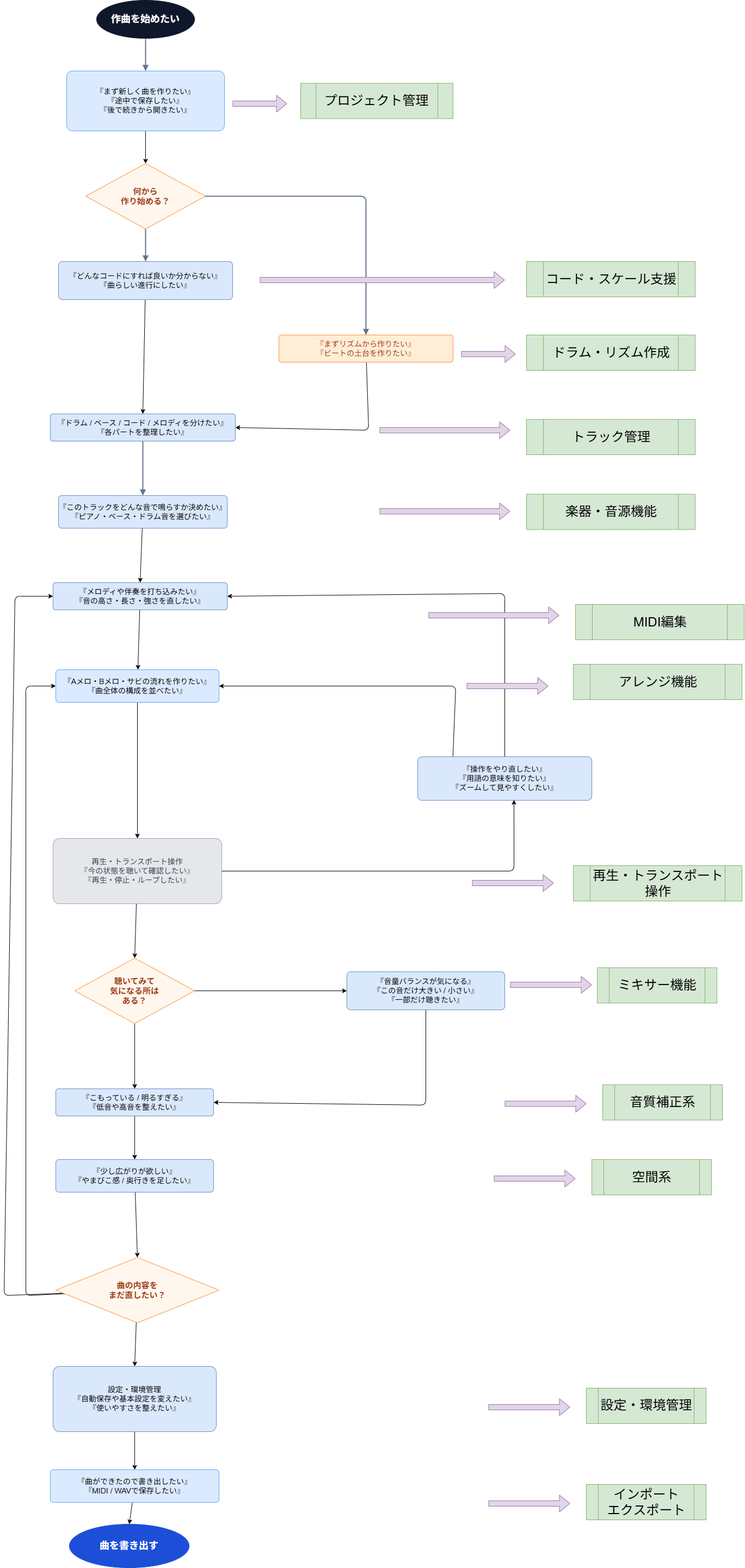
The draw.io diagram ①要件/機能設計書/images/serviceflow.drawio.png in FujiJPProject/MusicflowsDocument, before a commit. Source tidied: cells renumbered, new cells last; positions are measured from the earlier drawing's top-left corner, leaving out a move shared by most shapes.
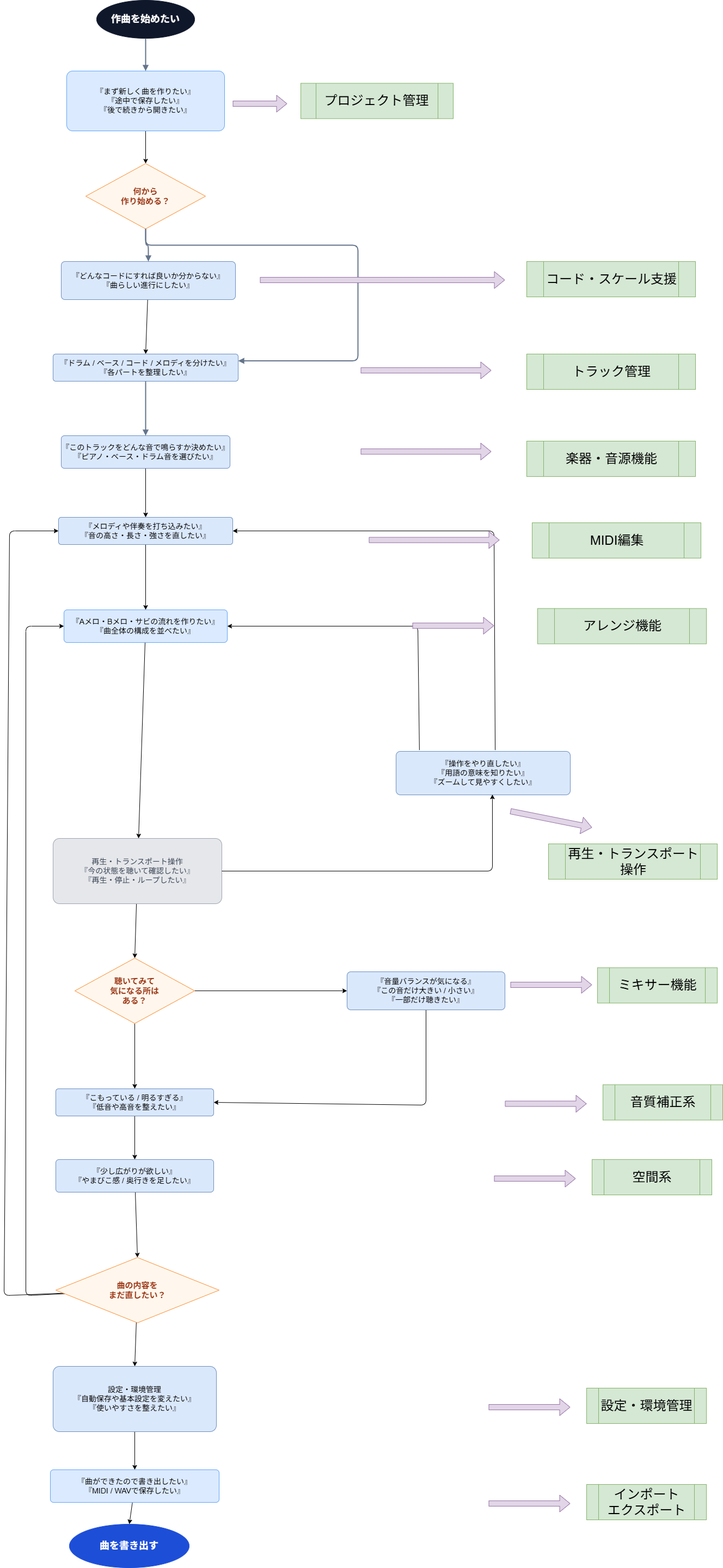
Later version of the same file.

Change to the diagram source:
```diff
@@ -18,44 +18,34 @@
       <mxGeometry relative="1" as="geometry" />
     </mxCell>
     <mxCell id="7" value="『どんなコードにすれば良いか分からない』&lt;br&gt;『曲らしい進行にしたい』" style="rounded=1;whiteSpace=wrap;html=1;fillColor=#dae8fc;strokeColor=#6c8ebf;arcSize=10;fontSize=14;align=center;verticalAlign=middle;" parent="1" vertex="1">
-      <mxGeometry x="100" y="480" width="320" height="70" as="geometry" />
+      <mxGeometry x="105" y="480" width="320" height="70" as="geometry" />
     </mxCell>
-    <mxCell id="8" style="edgeStyle=none;html=1;entryX=1;entryY=0.5;entryDx=0;entryDy=0;" parent="1" edge="1" source="9" target="10">
-      <mxGeometry relative="1" as="geometry">
-        <Array as="points">
-          <mxPoint x="670" y="790" />
-        </Array>
-      </mxGeometry>
-    </mxCell>
-    <mxCell id="9" value="『まずリズムから作りたい』&lt;br&gt;『ビートの土台を作りたい』" style="rounded=1;whiteSpace=wrap;html=1;fillColor=#ffedd5;strokeColor=#fb923c;arcSize=10;fontSize=14;align=center;verticalAlign=middle;fontColor=#9a3412;" parent="1" vertex="1">
-      <mxGeometry x="505" y="615" width="320" height="50" as="geometry" />
-    </mxCell>
     <mxCell id="10" value="『ドラム / ベース / コード / メロディを分けたい』&lt;br&gt;『各パートを整理したい』" style="rounded=1;whiteSpace=wrap;html=1;fillColor=#dae8fc;strokeColor=#6c8ebf;arcSize=10;fontSize=14;align=center;verticalAlign=middle;" parent="1" vertex="1">
-      <mxGeometry x="85" y="760" width="340" height="50" as="geometry" />
+      <mxGeometry x="90" y="650" width="340" height="50" as="geometry" />
     </mxCell>
     <mxCell id="11" style="edgeStyle=none;html=1;entryX=0.5;entryY=0;entryDx=0;entryDy=0;" parent="1" edge="1" source="12" target="14">
       <mxGeometry relative="1" as="geometry" />
     </mxCell>
     <mxCell id="12" value="『このトラックをどんな音で鳴らすか決めたい』&lt;br&gt;『ピアノ・ベース・ドラム音を選びたい』" style="rounded=1;whiteSpace=wrap;html=1;fillColor=#dae8fc;strokeColor=#6c8ebf;arcSize=10;fontSize=14;align=center;verticalAlign=middle;" parent="1" vertex="1">
-      <mxGeometry x="100" y="910" width="310" height="60" as="geometry" />
+      <mxGeometry x="105" y="800" width="310" height="60" as="geometry" />
     </mxCell>
     <mxCell id="13" style="edgeStyle=none;html=1;" parent="1" edge="1" source="14" target="16">
       <mxGeometry relative="1" as="geometry" />
     </mxCell>
     <mxCell id="14" value="『メロディや伴奏を打ち込みたい』&lt;br&gt;『音の高さ・長さ・強さを直したい』" style="rounded=1;whiteSpace=wrap;html=1;fillColor=#dae8fc;strokeColor=#6c8ebf;arcSize=10;fontSize=14;align=center;verticalAlign=middle;" parent="1" vertex="1">
-      <mxGeometry x="90" y="1070" width="320" height="50" as="geometry" />
+      <mxGeometry x="100" y="950" width="320" height="50" as="geometry" />
     </mxCell>
     <mxCell id="15" style="edgeStyle=none;html=1;" parent="1" edge="1" source="16" target="34">
       <mxGeometry relative="1" as="geometry" />
     </mxCell>
     <mxCell id="16" value="『Aメロ・Bメロ・サビの流れを作りたい』&lt;br&gt;『曲全体の構成を並べたい』" style="rounded=1;whiteSpace=wrap;html=1;fillColor=#dbeafe;strokeColor=#60a5fa;arcSize=10;fontSize=14;align=center;verticalAlign=middle;fontColor=#000000;" parent="1" vertex="1">
-      <mxGeometry x="95" y="1230" width="300" height="60" as="geometry" />
+      <mxGeometry x="110" y="1120" width="300" height="60" as="geometry" />
     </mxCell>
     <mxCell id="17" style="edgeStyle=none;html=1;entryX=0;entryY=0.5;entryDx=0;entryDy=0;" parent="1" edge="1" source="20" target="16">
       <mxGeometry relative="1" as="geometry">
         <Array as="points">
           <mxPoint x="40" y="2380" />
-          <mxPoint x="40" y="1260" />
+          <mxPoint x="40" y="1150" />
         </Array>
       </mxGeometry>
     </mxCell>
@@ -63,7 +53,7 @@
       <mxGeometry relative="1" as="geometry">
         <Array as="points">
           <mxPoint y="2380" />
-          <mxPoint x="20" y="1095" />
+          <mxPoint x="10" y="975" />
         </Array>
       </mxGeometry>
     </mxCell>
@@ -85,22 +75,22 @@
     <mxCell id="24" value="設定・環境管理&#10;『自動保存や基本設定を変えたい』&#10;『使いやすさを整えたい』" style="rounded=1;whiteSpace=wrap;html=1;fillColor=#dae8fc;strokeColor=#6c8ebf;arcSize=10;fontSize=14;align=center;verticalAlign=middle;" parent="1" vertex="1">
       <mxGeometry x="90" y="2510" width="300" height="120" as="geometry" />
     </mxCell>
-    <mxCell id="25" style="edgeStyle=none;html=1;entryX=1;entryY=0.5;entryDx=0;entryDy=0;" parent="1" edge="1" source="27" target="14">
+    <mxCell id="25" style="edgeStyle=none;html=1;entryX=1;entryY=0.5;entryDx=0;entryDy=0;exitX=0.569;exitY=-0.03;exitDx=0;exitDy=0;exitPerimeter=0;" parent="1" edge="1" source="27" target="14">
       <mxGeometry relative="1" as="geometry">
         <Array as="points">
-          <mxPoint x="920" y="1090" />
+          <mxPoint x="900" y="975" />
         </Array>
       </mxGeometry>
     </mxCell>
-    <mxCell id="26" style="edgeStyle=none;html=1;entryX=1;entryY=0.5;entryDx=0;entryDy=0;exitX=0.202;exitY=0.04;exitDx=0;exitDy=0;exitPerimeter=0;" parent="1" edge="1" source="27" target="16">
+    <mxCell id="26" style="edgeStyle=none;html=1;entryX=1;entryY=0.5;entryDx=0;entryDy=0;exitX=0.134;exitY=-0.03;exitDx=0;exitDy=0;exitPerimeter=0;" parent="1" edge="1" source="27" target="16">
       <mxGeometry relative="1" as="geometry">
         <Array as="points">
-          <mxPoint x="830" y="1260" />
+          <mxPoint x="760" y="1150" />
         </Array>
       </mxGeometry>
     </mxCell>
     <mxCell id="27" value="『操作をやり直したい』&lt;br&gt;『用語の意味を知りたい』&lt;br&gt;『ズームして見やすくしたい』" style="rounded=1;whiteSpace=wrap;html=1;fillColor=#dae8fc;strokeColor=#6c8ebf;arcSize=10;fontSize=14;align=center;verticalAlign=middle;" parent="1" vertex="1">
-      <mxGeometry x="760" y="1390" width="320" height="80" as="geometry" />
+      <mxGeometry x="720" y="1380" width="320" height="80" as="geometry" />
     </mxCell>
     <mxCell id="28" value="曲を書き出す" style="ellipse;whiteSpace=wrap;html=1;fillColor=#1d4ed8;strokeColor=#1d4ed8;fontColor=#ffffff;fontStyle=1;fontSize=18;align=center;verticalAlign=middle;" parent="1" vertex="1">
       <mxGeometry x="120" y="2800" width="220" height="80" as="geometry" />
@@ -111,8 +101,14 @@
     <mxCell id="30" style="edgeStyle=orthogonalEdgeStyle;rounded=1;jettySize=auto;html=1;strokeColor=#64748b;strokeWidth=2;endArrow=block;endFill=1;" parent="1" edge="1" source="5" target="7">
       <mxGeometry relative="1" as="geometry" />
     </mxCell>
-    <mxCell id="31" style="edgeStyle=orthogonalEdgeStyle;rounded=1;jettySize=auto;html=1;strokeColor=#64748b;strokeWidth=2;endArrow=block;endFill=1;" parent="1" edge="1" source="5" target="9">
-      <mxGeometry relative="1" as="geometry" />
+    <mxCell id="31" style="edgeStyle=orthogonalEdgeStyle;rounded=1;jettySize=auto;html=1;strokeColor=#64748b;strokeWidth=2;endArrow=block;endFill=1;entryX=1;entryY=0.25;entryDx=0;entryDy=0;" parent="1" edge="1" source="5" target="10">
+      <mxGeometry relative="1" as="geometry">
+        <Array as="points">
+          <mxPoint x="260" y="450" />
+          <mxPoint x="650" y="450" />
+          <mxPoint x="650" y="663" />
+        </Array>
+      </mxGeometry>
     </mxCell>
     <mxCell id="32" style="edgeStyle=orthogonalEdgeStyle;rounded=1;jettySize=auto;html=1;strokeColor=#64748b;strokeWidth=2;endArrow=block;endFill=1;" parent="1" edge="1" source="10" target="12">
       <mxGeometry relative="1" as="geometry" />
@@ -157,7 +153,7 @@
     <mxCell id="44" style="edgeStyle=none;html=1;entryX=0.553;entryY=0.99;entryDx=0;entryDy=0;entryPerimeter=0;" parent="1" edge="1" source="34" target="27">
       <mxGeometry relative="1" as="geometry">
         <Array as="points">
-          <mxPoint x="937" y="1600" />
+          <mxPoint x="897" y="1600" />
         </Array>
       </mxGeometry>
     </mxCell>
@@ -173,64 +169,55 @@
     <mxCell id="47" value="コード・スケール支援" style="shape=process;whiteSpace=wrap;html=1;backgroundOutline=1;fillColor=#d5e8d4;strokeColor=#82b366;fontSize=24;" parent="1" vertex="1">
       <mxGeometry x="960" y="480" width="310" height="65" as="geometry" />
     </mxCell>
-    <mxCell id="48" value="ドラム・リズム作成" style="shape=process;whiteSpace=wrap;html=1;backgroundOutline=1;fillColor=#d5e8d4;strokeColor=#82b366;fontSize=24;" parent="1" vertex="1">
-      <mxGeometry x="960" y="615" width="310" height="65" as="geometry" />
-    </mxCell>
     <mxCell id="49" style="shape=flexArrow;endArrow=classic;html=1;fillColor=#e1d5e7;strokeColor=#9673a6;" parent="1" edge="1">
       <mxGeometry relative="1" as="geometry">
         <mxPoint x="470" y="514" as="sourcePoint" />
         <mxPoint x="920" y="514" as="targetPoint" />
       </mxGeometry>
     </mxCell>
-    <mxCell id="50" style="shape=flexArrow;endArrow=classic;html=1;fillColor=#e1d5e7;strokeColor=#9673a6;" parent="1" edge="1">
-      <mxGeometry relative="1" as="geometry">
-        <mxPoint x="840" y="650" as="sourcePoint" />
-        <mxPoint x="940" y="650" as="targetPoint" />
-      </mxGeometry>
-    </mxCell>
     <mxCell id="51" value="トラック管理" style="shape=process;whiteSpace=wrap;html=1;backgroundOutline=1;fillColor=#d5e8d4;strokeColor=#82b366;fontSize=24;" parent="1" vertex="1">
-      <mxGeometry x="960" y="770" width="310" height="65" as="geometry" />
+      <mxGeometry x="960" y="650" width="310" height="65" as="geometry" />
     </mxCell>
     <mxCell id="52" style="shape=flexArrow;endArrow=classic;html=1;fillColor=#e1d5e7;strokeColor=#9673a6;" parent="1" edge="1">
       <mxGeometry relative="1" as="geometry">
-        <mxPoint x="690" y="790" as="sourcePoint" />
-        <mxPoint x="930" y="790" as="targetPoint" />
+        <mxPoint x="655" y="680" as="sourcePoint" />
+        <mxPoint x="895" y="680" as="targetPoint" />
       </mxGeometry>
     </mxCell>
     <mxCell id="53" value="楽器・音源機能" style="shape=process;whiteSpace=wrap;html=1;backgroundOutline=1;fillColor=#d5e8d4;strokeColor=#82b366;fontSize=24;" parent="1" vertex="1">
-      <mxGeometry x="960" y="907.5" width="310" height="65" as="geometry" />
+      <mxGeometry x="960" y="810" width="310" height="65" as="geometry" />
     </mxCell>
     <mxCell id="54" style="shape=flexArrow;endArrow=classic;html=1;fillColor=#e1d5e7;strokeColor=#9673a6;" parent="1" edge="1">
       <mxGeometry relative="1" as="geometry">
-        <mxPoint x="690" y="939" as="sourcePoint" />
-        <mxPoint x="930" y="939" as="targetPoint" />
+        <mxPoint x="655" y="829.2" as="sourcePoint" />
+        <mxPoint x="895" y="829.2" as="targetPoint" />
       </mxGeometry>
     </mxCell>
     <mxCell id="55" style="shape=flexArrow;endArrow=classic;html=1;fillColor=#e1d5e7;strokeColor=#9673a6;" parent="1" edge="1">
       <mxGeometry relative="1" as="geometry">
-        <mxPoint x="780" y="1130" as="sourcePoint" />
-        <mxPoint x="1020" y="1130" as="targetPoint" />
+        <mxPoint x="670" y="991.7" as="sourcePoint" />
+        <mxPoint x="910" y="991.7" as="targetPoint" />
       </mxGeometry>
     </mxCell>
     <mxCell id="56" value="MIDI編集" style="shape=process;whiteSpace=wrap;html=1;backgroundOutline=1;fillColor=#d5e8d4;strokeColor=#82b366;fontSize=24;" parent="1" vertex="1">
-      <mxGeometry x="1050" y="1110" width="310" height="65" as="geometry" />
+      <mxGeometry x="970" y="960" width="310" height="65" as="geometry" />
     </mxCell>
     <mxCell id="57" style="shape=flexArrow;endArrow=classic;html=1;fillColor=#e1d5e7;strokeColor=#9673a6;" parent="1" edge="1">
       <mxGeometry relative="1" as="geometry">
-        <mxPoint x="850" y="1260" as="sourcePoint" />
-        <mxPoint x="1000" y="1260" as="targetPoint" />
+        <mxPoint x="750" y="1149.2" as="sourcePoint" />
+        <mxPoint x="900" y="1149.2" as="targetPoint" />
       </mxGeometry>
     </mxCell>
     <mxCell id="58" value="アレンジ機能" style="shape=process;whiteSpace=wrap;html=1;backgroundOutline=1;fillColor=#d5e8d4;strokeColor=#82b366;fontSize=24;" parent="1" vertex="1">
-      <mxGeometry x="1046" y="1220" width="310" height="65" as="geometry" />
+      <mxGeometry x="980" y="1117.5" width="310" height="65" as="geometry" />
     </mxCell>
     <mxCell id="59" value="再生・トランスポート操作" style="shape=process;whiteSpace=wrap;html=1;backgroundOutline=1;fillColor=#d5e8d4;strokeColor=#82b366;fontSize=24;" parent="1" vertex="1">
-      <mxGeometry x="1046" y="1590" width="310" height="65" as="geometry" />
+      <mxGeometry x="1000" y="1550" width="310" height="65" as="geometry" />
     </mxCell>
     <mxCell id="60" style="shape=flexArrow;endArrow=classic;html=1;fillColor=#e1d5e7;strokeColor=#9673a6;" parent="1" edge="1">
       <mxGeometry relative="1" as="geometry">
-        <mxPoint x="860" y="1622" as="sourcePoint" />
-        <mxPoint x="1010" y="1622" as="targetPoint" />
+        <mxPoint x="930" y="1490" as="sourcePoint" />
+        <mxPoint x="1080" y="1520" as="targetPoint" />
       </mxGeometry>
     </mxCell>
     <mxCell id="61" style="shape=flexArrow;endArrow=classic;html=1;fillColor=#e1d5e7;strokeColor=#9673a6;" parent="1" edge="1">
```
